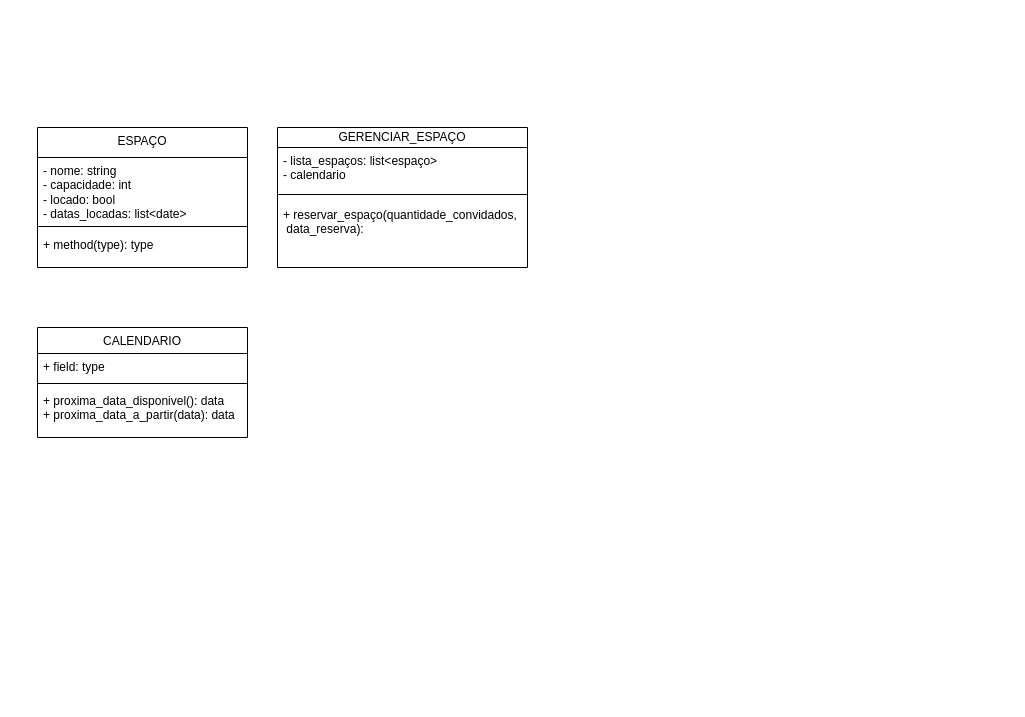
ATPzeiros/noiva-cia-Csharp.poo-work keeps this draw.io diagram as diagrama/poo.drawio.xml. Above is the earlier version. Source tidied: cells renumbered, new cells numbered last; positions are measured from the earlier drawing's top-left corner, leaving out a move shared by most shapes. Both pictures are drawn from the tidied source at 100%, with x=0, y=0 at pixel (37, 127).
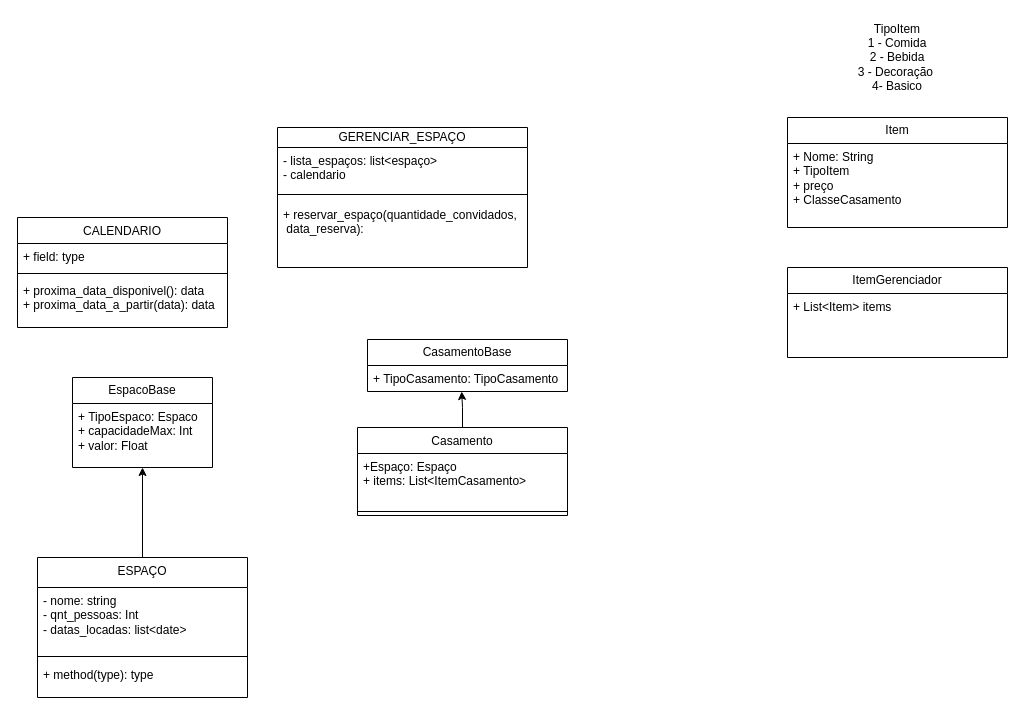
The same page after the edit.

The edit, as a diff of the source:
```diff
@@
     <mxCell id="2" value="&lt;span style=&quot;font-weight: normal;&quot;&gt;ESPAÇO&lt;/span&gt;" style="swimlane;fontStyle=1;align=center;verticalAlign=top;horizontal=1;startSize=30;whiteSpace=wrap;html=1;" parent="1" vertex="1">
-      <mxGeometry width="210" height="140" as="geometry" />
+      <mxGeometry y="430" width="210" height="140" as="geometry" />
     </mxCell>
-    <mxCell id="3" value="- nome: string&lt;div&gt;- capacidade: int&lt;/div&gt;&lt;div&gt;- locado: bool&lt;/div&gt;&lt;div&gt;- datas_locadas: list&amp;lt;date&amp;gt;&lt;/div&gt;" style="text;strokeColor=none;fillColor=none;align=left;verticalAlign=top;spacingLeft=4;spacingRight=4;overflow=hidden;whiteSpace=wrap;html=1;" parent="2" vertex="1">
+    <mxCell id="3" value="- nome: string&lt;div&gt;&lt;span style=&quot;background-color: initial;&quot;&gt;- qnt_pessoas: Int&lt;/span&gt;&lt;/div&gt;&lt;div&gt;&lt;span style=&quot;background-color: initial;&quot;&gt;- datas_locadas: list&amp;lt;date&amp;gt;&lt;/span&gt;&lt;br&gt;&lt;/div&gt;" style="text;strokeColor=none;fillColor=none;align=left;verticalAlign=top;spacingLeft=4;spacingRight=4;overflow=hidden;whiteSpace=wrap;html=1;" parent="2" vertex="1">
       <mxGeometry y="30" width="210" height="64" as="geometry" />
     </mxCell>
@@
     <mxCell id="10" value="&lt;span style=&quot;font-weight: normal;&quot;&gt;CALENDARIO&lt;/span&gt;" style="swimlane;fontStyle=1;align=center;verticalAlign=top;horizontal=1;startSize=26;whiteSpace=wrap;html=1;" parent="1" vertex="1">
-      <mxGeometry y="200" width="210" height="110" as="geometry" />
+      <mxGeometry x="-20" y="90" width="210" height="110" as="geometry" />
     </mxCell>
@@
+    <mxCell id="14" value="&lt;span style=&quot;font-weight: normal;&quot;&gt;Casamento&lt;/span&gt;" style="swimlane;fontStyle=1;align=center;verticalAlign=top;horizontal=1;startSize=26;whiteSpace=wrap;html=1;" parent="1" vertex="1">
+      <mxGeometry x="320" y="300" width="210" height="88" as="geometry" />
+    </mxCell>
+    <mxCell id="15" value="+Espaço: Espaço&lt;div&gt;+ items: List&amp;lt;ItemCasamento&amp;gt;&lt;/div&gt;" style="text;strokeColor=none;fillColor=none;align=left;verticalAlign=top;spacingLeft=4;spacingRight=4;overflow=hidden;whiteSpace=wrap;html=1;" parent="14" vertex="1">
+      <mxGeometry y="26" width="210" height="54" as="geometry" />
+    </mxCell>
+    <mxCell id="16" style="line;strokeWidth=1;fillColor=none;align=left;verticalAlign=middle;spacingTop=-1;spacingLeft=3;spacingRight=3;labelPosition=right;strokeColor=inherit;" parent="14" vertex="1">
+      <mxGeometry y="80" width="210" height="8" as="geometry" />
+    </mxCell>
+    <mxCell id="17" value="EspacoBase" style="swimlane;fontStyle=0;horizontal=1;startSize=26;fillColor=none;whiteSpace=wrap;html=1;" parent="1" vertex="1">
+      <mxGeometry x="35" y="250" width="140" height="90" as="geometry" />
+    </mxCell>
+    <mxCell id="18" value="+ TipoEspaco: Espaco&lt;div&gt;+ capacidadeMax: Int&lt;/div&gt;&lt;div&gt;+ valor: Float&lt;/div&gt;" style="text;strokeColor=none;fillColor=none;align=left;verticalAlign=top;spacingLeft=4;spacingRight=4;overflow=hidden;points=[[0,0.5],[1,0.5]];portConstraint=eastwest;whiteSpace=wrap;html=1;" parent="17" vertex="1">
+      <mxGeometry y="26" width="140" height="64" as="geometry" />
+    </mxCell>
+    <mxCell id="19" value="CasamentoBase" style="swimlane;fontStyle=0;horizontal=1;startSize=26;fillColor=none;whiteSpace=wrap;html=1;" parent="1" vertex="1">
+      <mxGeometry x="330" y="212" width="200" height="52" as="geometry" />
+    </mxCell>
+    <mxCell id="20" value="+ TipoCasamento: TipoCasamento" style="text;strokeColor=none;fillColor=none;align=left;verticalAlign=top;spacingLeft=4;spacingRight=4;overflow=hidden;points=[[0,0.5],[1,0.5]];portConstraint=eastwest;whiteSpace=wrap;html=1;" parent="19" vertex="1">
+      <mxGeometry y="26" width="200" height="26" as="geometry" />
+    </mxCell>
+    <mxCell id="21" style="edgeStyle=orthogonalEdgeStyle;rounded=0;jettySize=auto;html=1;entryX=0.471;entryY=1;entryDx=0;entryDy=0;entryPerimeter=0;" parent="1" edge="1" source="14" target="20">
+      <mxGeometry relative="1" as="geometry" />
+    </mxCell>
+    <mxCell id="22" style="edgeStyle=orthogonalEdgeStyle;rounded=0;jettySize=auto;html=1;entryX=0.5;entryY=1;entryDx=0;entryDy=0;entryPerimeter=0;" parent="1" edge="1" source="2" target="18">
+      <mxGeometry relative="1" as="geometry" />
+    </mxCell>
+    <mxCell id="23" value="ItemGerenciador" style="swimlane;fontStyle=0;horizontal=1;startSize=26;fillColor=none;whiteSpace=wrap;html=1;" parent="1" vertex="1">
+      <mxGeometry x="750" y="140" width="220" height="90" as="geometry" />
+    </mxCell>
+    <mxCell id="24" value="&lt;div&gt;+ List&amp;lt;Item&amp;gt; items&lt;/div&gt;" style="text;strokeColor=none;fillColor=none;align=left;verticalAlign=top;spacingLeft=4;spacingRight=4;overflow=hidden;whiteSpace=wrap;html=1;" parent="23" vertex="1">
+      <mxGeometry y="26" width="220" height="64" as="geometry" />
+    </mxCell>
+    <mxCell id="25" value="Item" style="swimlane;fontStyle=0;horizontal=1;startSize=26;fillColor=none;whiteSpace=wrap;html=1;" parent="1" vertex="1">
+      <mxGeometry x="750" y="-10" width="220" height="110" as="geometry" />
+    </mxCell>
+    <mxCell id="26" value="&lt;div&gt;+ Nome: String&lt;/div&gt;&lt;div&gt;+ TipoItem&lt;/div&gt;&lt;div&gt;+ preço&lt;/div&gt;&lt;div&gt;+ ClasseCasamento&lt;/div&gt;" style="text;strokeColor=none;fillColor=none;align=left;verticalAlign=top;spacingLeft=4;spacingRight=4;overflow=hidden;whiteSpace=wrap;html=1;" parent="25" vertex="1">
+      <mxGeometry y="26" width="220" height="84" as="geometry" />
+    </mxCell>
+    <mxCell id="27" value="TipoItem&lt;div&gt;1 - Comida&lt;/div&gt;&lt;div&gt;2 - Bebida&lt;/div&gt;&lt;div&gt;3 - Decoração&amp;nbsp;&lt;/div&gt;&lt;div&gt;4- Basico&lt;/div&gt;" style="text;html=1;align=center;verticalAlign=middle;whiteSpace=wrap;rounded=0;" parent="1" vertex="1">
+      <mxGeometry x="750" y="-110" width="220" height="80" as="geometry" />
+    </mxCell>
```
